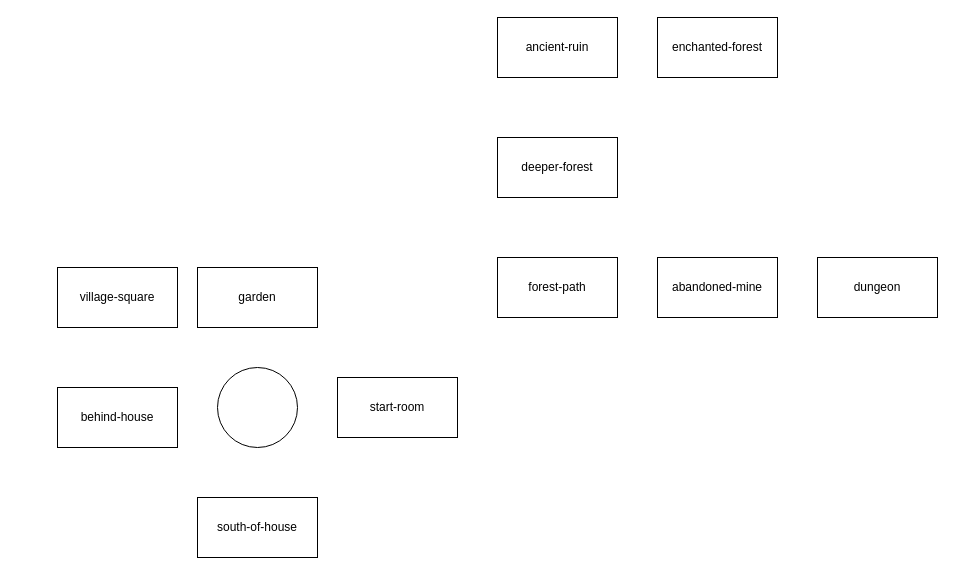
This is Untitled.drawio from Kedoichi/Zoork, a draw.io file, before an edit. Source tidied: cells renumbered, new cells numbered last; positions are measured from the earlier drawing's top-left corner, leaving out a move shared by most shapes. Both pictures are drawn from the tidied source at 100%, with x=0, y=0 at pixel (57, 17).
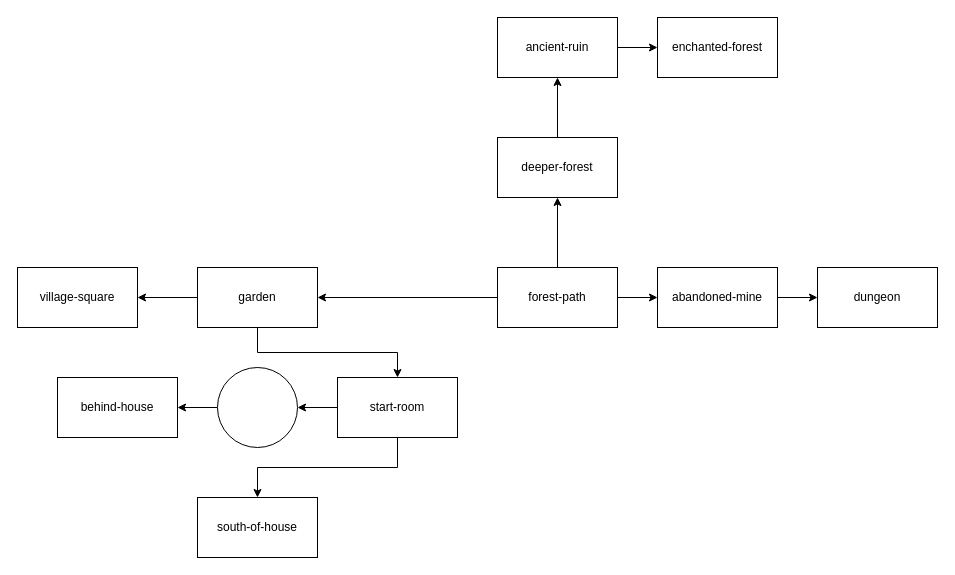
The same page after the edit.

Unchanged cells that the change refers to:
```xml
<mxCell id="2" value="start-room" style="rounded=0;whiteSpace=wrap;html=1;" parent="1" vertex="1">
  <mxGeometry x="280" y="360" width="120" height="60" as="geometry" />
</mxCell>
<mxCell id="3" value="south-of-house" style="rounded=0;whiteSpace=wrap;html=1;" parent="1" vertex="1">
  <mxGeometry x="140" y="480" width="120" height="60" as="geometry" />
</mxCell>
<mxCell id="5" value="garden" style="rounded=0;whiteSpace=wrap;html=1;" parent="1" vertex="1">
  <mxGeometry x="140" y="250" width="120" height="60" as="geometry" />
</mxCell>
<mxCell id="9" value="deeper-forest" style="rounded=0;whiteSpace=wrap;html=1;" parent="1" vertex="1">
  <mxGeometry x="440" y="120" width="120" height="60" as="geometry" />
</mxCell>
<mxCell id="10" value="ancient-ruin" style="rounded=0;whiteSpace=wrap;html=1;" parent="1" vertex="1">
  <mxGeometry x="440" width="120" height="60" as="geometry" />
</mxCell>
<mxCell id="11" value="enchanted-forest" style="rounded=0;whiteSpace=wrap;html=1;" parent="1" vertex="1">
  <mxGeometry x="600" width="120" height="60" as="geometry" />
</mxCell>
<mxCell id="13" style="ellipse;whiteSpace=wrap;html=1;" parent="1" vertex="1">
  <mxGeometry x="160" y="350" width="80" height="80" as="geometry" />
</mxCell>
```

What changed in the source:
```diff
@@
+    <mxCell id="14" style="edgeStyle=orthogonalEdgeStyle;rounded=0;jettySize=auto;html=1;exitX=0.5;exitY=1;exitDx=0;exitDy=0;entryX=0.5;entryY=0;entryDx=0;entryDy=0;" parent="1" edge="1" source="2" target="3">
+      <mxGeometry relative="1" as="geometry" />
+    </mxCell>
+    <mxCell id="15" style="edgeStyle=orthogonalEdgeStyle;rounded=0;jettySize=auto;html=1;exitX=0;exitY=0.5;exitDx=0;exitDy=0;entryX=1;entryY=0.5;entryDx=0;entryDy=0;" parent="1" edge="1" source="2" target="13">
+      <mxGeometry relative="1" as="geometry" />
+    </mxCell>
@@
     <mxCell id="4" value="behind-house" style="rounded=0;whiteSpace=wrap;html=1;" parent="1" vertex="1">
-      <mxGeometry y="370" width="120" height="60" as="geometry" />
+      <mxGeometry y="360" width="120" height="60" as="geometry" />
     </mxCell>
+    <mxCell id="16" style="edgeStyle=orthogonalEdgeStyle;rounded=0;jettySize=auto;html=1;exitX=0;exitY=0.5;exitDx=0;exitDy=0;entryX=1;entryY=0.5;entryDx=0;entryDy=0;" parent="1" edge="1" source="5" target="6">
+      <mxGeometry relative="1" as="geometry" />
+    </mxCell>
+    <mxCell id="17" style="edgeStyle=orthogonalEdgeStyle;rounded=0;jettySize=auto;html=1;exitX=0.5;exitY=1;exitDx=0;exitDy=0;entryX=0.5;entryY=0;entryDx=0;entryDy=0;" parent="1" edge="1" source="5" target="2">
+      <mxGeometry relative="1" as="geometry" />
+    </mxCell>
@@
     <mxCell id="6" value="village-square" style="rounded=0;whiteSpace=wrap;html=1;" parent="1" vertex="1">
-      <mxGeometry y="250" width="120" height="60" as="geometry" />
+      <mxGeometry x="-40" y="250" width="120" height="60" as="geometry" />
     </mxCell>
+    <mxCell id="18" style="edgeStyle=orthogonalEdgeStyle;rounded=0;jettySize=auto;html=1;exitX=0;exitY=0.5;exitDx=0;exitDy=0;entryX=1;entryY=0.5;entryDx=0;entryDy=0;" parent="1" edge="1" source="7" target="5">
+      <mxGeometry relative="1" as="geometry" />
+    </mxCell>
+    <mxCell id="19" style="edgeStyle=orthogonalEdgeStyle;rounded=0;jettySize=auto;html=1;exitX=0.5;exitY=0;exitDx=0;exitDy=0;entryX=0.5;entryY=1;entryDx=0;entryDy=0;" parent="1" edge="1" source="7" target="9">
+      <mxGeometry relative="1" as="geometry" />
+    </mxCell>
+    <mxCell id="20" style="edgeStyle=orthogonalEdgeStyle;rounded=0;jettySize=auto;html=1;exitX=1;exitY=0.5;exitDx=0;exitDy=0;entryX=0;entryY=0.5;entryDx=0;entryDy=0;" parent="1" edge="1" source="7" target="8">
+      <mxGeometry relative="1" as="geometry" />
+    </mxCell>
     <mxCell id="7" value="forest-path" style="rounded=0;whiteSpace=wrap;html=1;" parent="1" vertex="1">
-      <mxGeometry x="440" y="240" width="120" height="60" as="geometry" />
+      <mxGeometry x="440" y="250" width="120" height="60" as="geometry" />
     </mxCell>
+    <mxCell id="21" style="edgeStyle=orthogonalEdgeStyle;rounded=0;jettySize=auto;html=1;exitX=1;exitY=0.5;exitDx=0;exitDy=0;entryX=0;entryY=0.5;entryDx=0;entryDy=0;" parent="1" edge="1" source="8" target="12">
+      <mxGeometry relative="1" as="geometry" />
+    </mxCell>
     <mxCell id="8" value="abandoned-mine" style="rounded=0;whiteSpace=wrap;html=1;" parent="1" vertex="1">
-      <mxGeometry x="600" y="240" width="120" height="60" as="geometry" />
+      <mxGeometry x="600" y="250" width="120" height="60" as="geometry" />
     </mxCell>
+    <mxCell id="22" style="edgeStyle=orthogonalEdgeStyle;rounded=0;jettySize=auto;html=1;exitX=0.5;exitY=0;exitDx=0;exitDy=0;entryX=0.5;entryY=1;entryDx=0;entryDy=0;" parent="1" edge="1" source="9" target="10">
+      <mxGeometry relative="1" as="geometry" />
+    </mxCell>
@@
+    <mxCell id="23" style="edgeStyle=orthogonalEdgeStyle;rounded=0;jettySize=auto;html=1;exitX=1;exitY=0.5;exitDx=0;exitDy=0;entryX=0;entryY=0.5;entryDx=0;entryDy=0;" parent="1" edge="1" source="10" target="11">
+      <mxGeometry relative="1" as="geometry" />
+    </mxCell>
@@
     <mxCell id="12" value="dungeon" style="rounded=0;whiteSpace=wrap;html=1;" parent="1" vertex="1">
-      <mxGeometry x="760" y="240" width="120" height="60" as="geometry" />
+      <mxGeometry x="760" y="250" width="120" height="60" as="geometry" />
     </mxCell>
+    <mxCell id="24" style="edgeStyle=orthogonalEdgeStyle;rounded=0;jettySize=auto;html=1;exitX=0;exitY=0.5;exitDx=0;exitDy=0;" parent="1" edge="1" source="13" target="4">
+      <mxGeometry relative="1" as="geometry" />
+    </mxCell>
```
